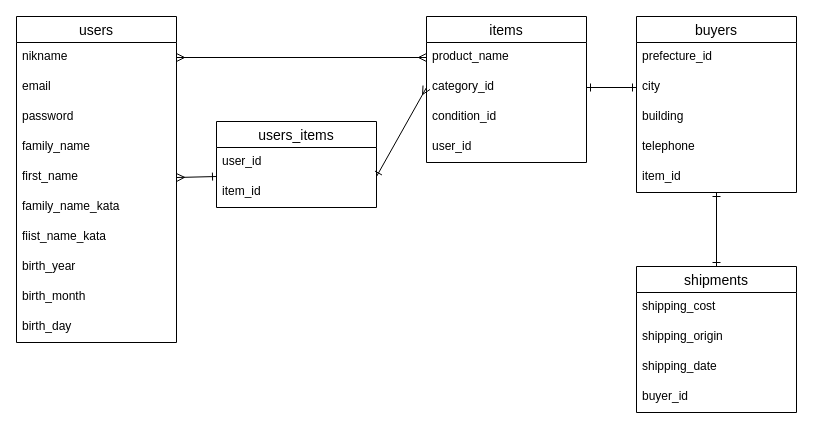
Above: ER.dio in TECHSOSI/furima-41677 (draw.io), before the change. Source tidied: cells renumbered, new cells numbered last; positions are measured from the earlier drawing's top-left corner, leaving out a move shared by most shapes. Both pictures are drawn from the tidied source at 100%, with x=0, y=0 at pixel (16, 16).
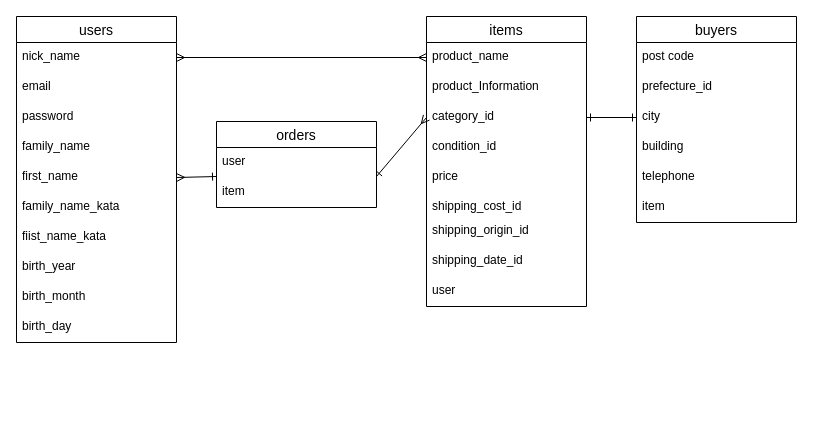
After the change.

The change refers to these unchanged cells:
```xml
<mxCell id="2" value="users" style="swimlane;fontStyle=0;horizontal=1;startSize=26;align=center;fontSize=14;" parent="1" vertex="1">
  <mxGeometry width="160" height="326" as="geometry" />
</mxCell>
<mxCell id="14" value="product_name" style="text;strokeColor=none;fillColor=none;spacingLeft=4;spacingRight=4;overflow=hidden;points=[[0,0.5],[1,0.5]];portConstraint=eastwest;fontSize=12;" parent="13" vertex="1">
  <mxGeometry y="26" width="160" height="30" as="geometry" />
</mxCell>
```

What changed in the source:
```diff
@@
-    <mxCell id="3" value="nikname" style="text;strokeColor=none;fillColor=none;spacingLeft=4;spacingRight=4;overflow=hidden;points=[[0,0.5],[1,0.5]];portConstraint=eastwest;fontSize=12;" parent="2" vertex="1">
+    <mxCell id="3" value="nick_name" style="text;strokeColor=none;fillColor=none;spacingLeft=4;spacingRight=4;overflow=hidden;points=[[0,0.5],[1,0.5]];portConstraint=eastwest;fontSize=12;" parent="2" vertex="1">
       <mxGeometry y="26" width="160" height="30" as="geometry" />
     </mxCell>
@@
     <mxCell id="13" value="items" style="swimlane;fontStyle=0;horizontal=1;startSize=26;align=center;fontSize=14;" parent="1" vertex="1">
-      <mxGeometry x="410" width="160" height="146" as="geometry" />
+      <mxGeometry x="410" width="160" height="290" as="geometry" />
     </mxCell>
@@
+    <mxCell id="37" value="product_Information" style="text;strokeColor=none;fillColor=none;spacingLeft=4;spacingRight=4;overflow=hidden;fontSize=12;" parent="13" vertex="1">
+      <mxGeometry y="56" width="160" height="30" as="geometry" />
+    </mxCell>
     <mxCell id="15" value="category_id" style="text;strokeColor=none;fillColor=none;spacingLeft=4;spacingRight=4;overflow=hidden;points=[[0,0.5],[1,0.5]];portConstraint=eastwest;fontSize=12;" parent="13" vertex="1">
-      <mxGeometry y="56" width="160" height="30" as="geometry" />
+      <mxGeometry y="86" width="160" height="30" as="geometry" />
     </mxCell>
     <mxCell id="16" value="condition_id" style="text;strokeColor=none;fillColor=none;spacingLeft=4;spacingRight=4;overflow=hidden;fontSize=12;" parent="13" vertex="1">
-      <mxGeometry y="86" width="160" height="30" as="geometry" />
+      <mxGeometry y="116" width="160" height="30" as="geometry" />
     </mxCell>
-    <mxCell id="17" value="user_id" style="text;strokeColor=none;fillColor=none;spacingLeft=4;spacingRight=4;overflow=hidden;fontSize=12;" parent="13" vertex="1">
-      <mxGeometry y="116" width="160" height="30" as="geometry" />
-    </mxCell>
-    <mxCell id="18" style="edgeStyle=none;html=1;entryX=0;entryY=0.5;entryDx=0;entryDy=0;endArrow=ERmany;endFill=0;exitX=1;exitY=0.5;exitDx=0;exitDy=0;startArrow=ERmany;startFill=0;" parent="1" edge="1" source="3" target="14">
-      <mxGeometry relative="1" as="geometry" />
-    </mxCell>
-    <mxCell id="19" value="shipments" style="swimlane;fontStyle=0;horizontal=1;startSize=26;align=center;fontSize=14;" parent="1" vertex="1">
-      <mxGeometry x="620" y="250" width="160" height="146" as="geometry" />
-    </mxCell>
+    <mxCell id="38" value="price" style="text;strokeColor=none;fillColor=none;spacingLeft=4;spacingRight=4;overflow=hidden;fontSize=12;" parent="13" vertex="1">
+      <mxGeometry y="146" width="160" height="30" as="geometry" />
+    </mxCell>
-    <mxCell id="20" value="shipping_cost" style="text;strokeColor=none;fillColor=none;spacingLeft=4;spacingRight=4;overflow=hidden;fontSize=12;" parent="19" vertex="1">
-      <mxGeometry y="26" width="160" height="30" as="geometry" />
+    <mxCell id="20" value="shipping_cost_id" style="text;strokeColor=none;fillColor=none;spacingLeft=4;spacingRight=4;overflow=hidden;fontSize=12;" parent="13" vertex="1">
+      <mxGeometry y="176" width="160" height="24" as="geometry" />
     </mxCell>
-    <mxCell id="21" value="shipping_origin" style="text;strokeColor=none;fillColor=none;spacingLeft=4;spacingRight=4;overflow=hidden;fontSize=12;" parent="19" vertex="1">
-      <mxGeometry y="56" width="160" height="30" as="geometry" />
+    <mxCell id="21" value="shipping_origin_id" style="text;strokeColor=none;fillColor=none;spacingLeft=4;spacingRight=4;overflow=hidden;fontSize=12;" parent="13" vertex="1">
+      <mxGeometry y="200" width="160" height="30" as="geometry" />
     </mxCell>
-    <mxCell id="22" value="shipping_date" style="text;strokeColor=none;fillColor=none;spacingLeft=4;spacingRight=4;overflow=hidden;fontSize=12;" parent="19" vertex="1">
-      <mxGeometry y="86" width="160" height="30" as="geometry" />
+    <mxCell id="22" value="shipping_date_id" style="text;strokeColor=none;fillColor=none;spacingLeft=4;spacingRight=4;overflow=hidden;fontSize=12;" parent="13" vertex="1">
+      <mxGeometry y="230" width="160" height="30" as="geometry" />
     </mxCell>
-    <mxCell id="23" value="buyer_id" style="text;strokeColor=none;fillColor=none;spacingLeft=4;spacingRight=4;overflow=hidden;fontSize=12;" parent="19" vertex="1">
-      <mxGeometry y="116" width="160" height="30" as="geometry" />
-    </mxCell>
+    <mxCell id="17" value="user" style="text;strokeColor=none;fillColor=none;spacingLeft=4;spacingRight=4;overflow=hidden;fontSize=12;" parent="13" vertex="1">
+      <mxGeometry y="260" width="160" height="30" as="geometry" />
+    </mxCell>
+    <mxCell id="18" style="edgeStyle=none;html=1;entryX=0;entryY=0.5;entryDx=0;entryDy=0;endArrow=ERmany;endFill=0;exitX=1;exitY=0.5;exitDx=0;exitDy=0;startArrow=ERmany;startFill=0;" parent="1" edge="1" source="3" target="14">
+      <mxGeometry relative="1" as="geometry" />
+    </mxCell>
     <mxCell id="24" value="buyers" style="swimlane;fontStyle=0;horizontal=1;startSize=26;align=center;fontSize=14;" parent="1" vertex="1">
-      <mxGeometry x="620" width="160" height="176" as="geometry" />
+      <mxGeometry x="620" width="160" height="206" as="geometry" />
     </mxCell>
-    <mxCell id="25" value="prefecture_id" style="text;strokeColor=none;fillColor=none;spacingLeft=4;spacingRight=4;overflow=hidden;fontSize=12;" parent="24" vertex="1">
+    <mxCell id="25" value="post code" style="text;strokeColor=none;fillColor=none;spacingLeft=4;spacingRight=4;overflow=hidden;fontSize=12;" parent="24" vertex="1">
       <mxGeometry y="26" width="160" height="30" as="geometry" />
     </mxCell>
+    <mxCell id="39" value="prefecture_id" style="text;strokeColor=none;fillColor=none;spacingLeft=4;spacingRight=4;overflow=hidden;fontSize=12;" parent="24" vertex="1">
+      <mxGeometry y="56" width="160" height="30" as="geometry" />
+    </mxCell>
     <mxCell id="26" value="city" style="text;strokeColor=none;fillColor=none;spacingLeft=4;spacingRight=4;overflow=hidden;points=[[0,0.5],[1,0.5]];portConstraint=eastwest;fontSize=12;" parent="24" vertex="1">
-      <mxGeometry y="56" width="160" height="30" as="geometry" />
+      <mxGeometry y="86" width="160" height="30" as="geometry" />
     </mxCell>
     <mxCell id="27" value="building" style="text;strokeColor=none;fillColor=none;spacingLeft=4;spacingRight=4;overflow=hidden;fontSize=12;" parent="24" vertex="1">
-      <mxGeometry y="86" width="160" height="30" as="geometry" />
+      <mxGeometry y="116" width="160" height="30" as="geometry" />
     </mxCell>
     <mxCell id="28" value="telephone" style="text;strokeColor=none;fillColor=none;spacingLeft=4;spacingRight=4;overflow=hidden;fontSize=12;" parent="24" vertex="1">
-      <mxGeometry y="116" width="160" height="30" as="geometry" />
+      <mxGeometry y="146" width="160" height="30" as="geometry" />
     </mxCell>
-    <mxCell id="29" value="item_id" style="text;strokeColor=none;fillColor=none;spacingLeft=4;spacingRight=4;overflow=hidden;points=[[0,0.5],[1,0.5]];portConstraint=eastwest;fontSize=12;" parent="24" vertex="1">
-      <mxGeometry y="146" width="160" height="30" as="geometry" />
+    <mxCell id="29" value="item" style="text;strokeColor=none;fillColor=none;spacingLeft=4;spacingRight=4;overflow=hidden;points=[[0,0.5],[1,0.5]];portConstraint=eastwest;fontSize=12;" parent="24" vertex="1">
+      <mxGeometry y="176" width="160" height="30" as="geometry" />
     </mxCell>
-    <mxCell id="30" value="users_items" style="swimlane;fontStyle=0;horizontal=1;startSize=26;align=center;fontSize=14;" parent="1" vertex="1">
+    <mxCell id="30" value="orders" style="swimlane;fontStyle=0;horizontal=1;startSize=26;align=center;fontSize=14;" parent="1" vertex="1">
       <mxGeometry x="200" y="105" width="160" height="86" as="geometry" />
     </mxCell>
-    <mxCell id="31" value="user_id" style="text;strokeColor=none;fillColor=none;spacingLeft=4;spacingRight=4;overflow=hidden;fontSize=12;" parent="30" vertex="1">
+    <mxCell id="31" value="user" style="text;strokeColor=none;fillColor=none;spacingLeft=4;spacingRight=4;overflow=hidden;fontSize=12;" parent="30" vertex="1">
       <mxGeometry y="26" width="160" height="30" as="geometry" />
     </mxCell>
-    <mxCell id="32" value="item_id" style="text;strokeColor=none;fillColor=none;spacingLeft=4;spacingRight=4;overflow=hidden;fontSize=12;" parent="30" vertex="1">
+    <mxCell id="32" value="item" style="text;strokeColor=none;fillColor=none;spacingLeft=4;spacingRight=4;overflow=hidden;fontSize=12;" parent="30" vertex="1">
       <mxGeometry y="56" width="160" height="30" as="geometry" />
     </mxCell>
@@
-    <mxCell id="36" style="edgeStyle=none;html=1;endArrow=ERone;endFill=0;startArrow=ERone;startFill=0;exitX=0.5;exitY=0;exitDx=0;exitDy=0;" parent="1" edge="1" source="19" target="29">
-      <mxGeometry relative="1" as="geometry" />
-    </mxCell>
```
